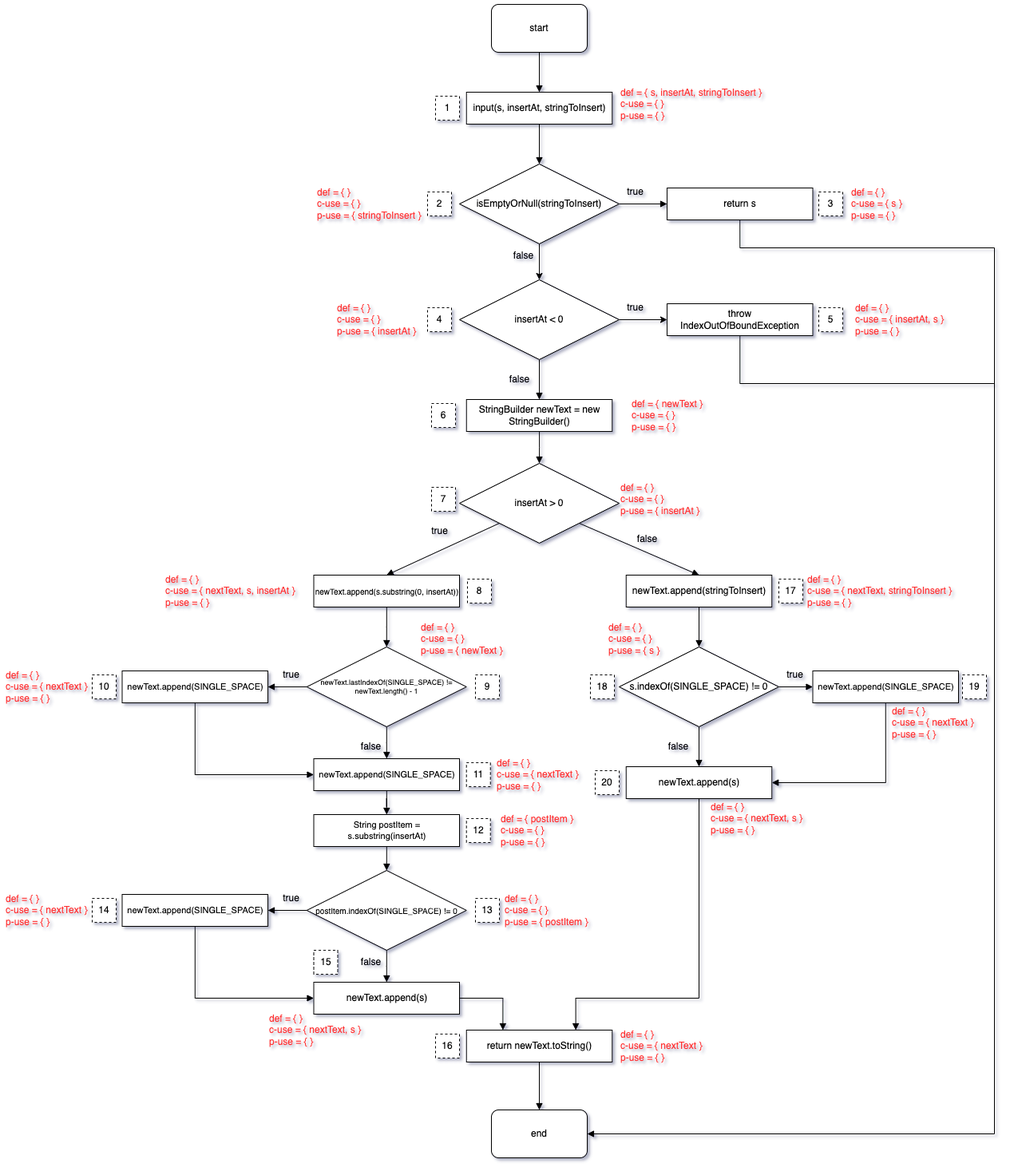
Earlier version of the draw.io export .github/08/f2/insertpadded_flow.png (lucasluizss/jdotxt). Source tidied: cells renumbered, new cells last; positions are measured from the earlier drawing's top-left corner, leaving out a move shared by most shapes.
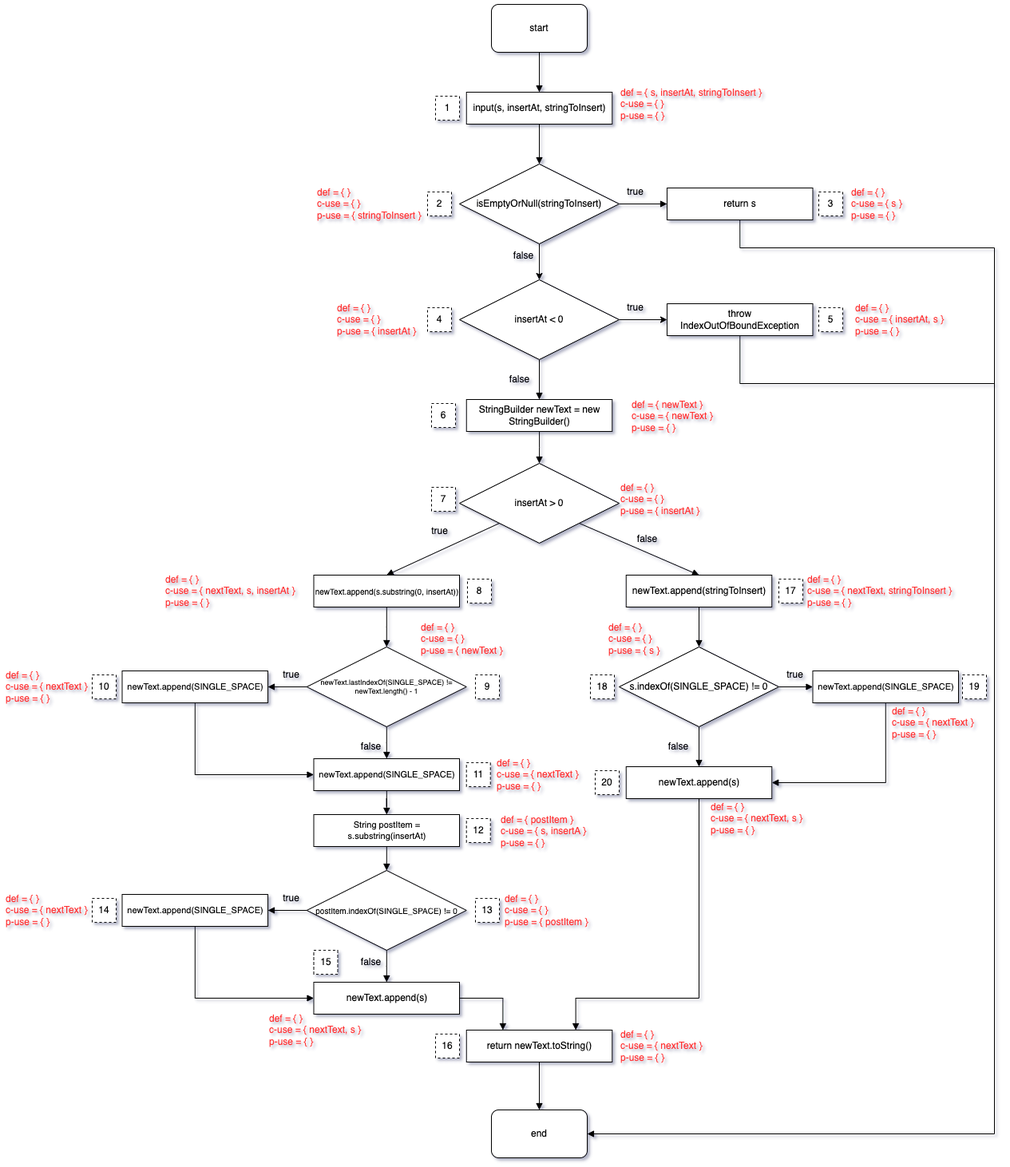
Above is the later version.

Commit message:
fixing flow graph

The edit, as a diff of the source:
```diff
@@ -283,8 +283,8 @@
     <mxCell id="86" value="def = { }&lt;br&gt;c-use = { }&lt;br&gt;p-use = { insertAt }" style="text;html=1;align=left;verticalAlign=middle;strokeColor=none;fillColor=none;fontSize=12;fontColor=#FF3333;" parent="1" vertex="1">
       <mxGeometry x="770" y="590" width="120" height="60" as="geometry" />
     </mxCell>
-    <mxCell id="87" value="def = { newText }&lt;br&gt;c-use = { }&lt;br&gt;p-use = { }" style="text;html=1;align=left;verticalAlign=middle;strokeColor=none;fillColor=none;fontSize=12;fontColor=#FF3333;" parent="1" vertex="1">
-      <mxGeometry x="784" y="485" width="110" height="60" as="geometry" />
+    <mxCell id="87" value="def = { newText }&lt;br&gt;c-use = { newText }&lt;br&gt;p-use = { }" style="text;html=1;align=left;verticalAlign=middle;strokeColor=none;fillColor=none;fontSize=12;fontColor=#FF3333;" parent="1" vertex="1">
+      <mxGeometry x="784" y="488" width="120" height="55" as="geometry" />
     </mxCell>
     <mxCell id="88" value="def = { }&lt;br&gt;c-use = { s }&lt;br&gt;p-use = { }" style="text;html=1;align=left;verticalAlign=middle;strokeColor=none;fillColor=none;fontSize=12;fontColor=#FF3333;" parent="1" vertex="1">
       <mxGeometry x="1058.8" y="220" width="90" height="60" as="geometry" />
@@ -310,8 +310,8 @@
     <mxCell id="95" value="def = { }&lt;br&gt;c-use = { }&lt;br&gt;p-use = { postItem&amp;nbsp;}" style="text;html=1;align=left;verticalAlign=middle;strokeColor=none;fillColor=none;fontSize=12;fontColor=#FF3333;" parent="1" vertex="1">
       <mxGeometry x="625" y="1105" width="130" height="60" as="geometry" />
     </mxCell>
-    <mxCell id="96" value="def = { postItem&amp;nbsp;}&lt;br&gt;c-use = { }&lt;br&gt;p-use = { }" style="text;html=1;align=left;verticalAlign=middle;strokeColor=none;fillColor=none;fontSize=12;fontColor=#FF3333;" parent="1" vertex="1">
-      <mxGeometry x="620" y="1005" width="110" height="60" as="geometry" />
+    <mxCell id="96" value="def = { postItem&amp;nbsp;}&lt;br&gt;c-use = { s, insertA }&lt;br&gt;p-use = { }" style="text;html=1;align=left;verticalAlign=middle;strokeColor=none;fillColor=none;fontSize=12;fontColor=#FF3333;" parent="1" vertex="1">
+      <mxGeometry x="620" y="1008" width="125" height="55" as="geometry" />
     </mxCell>
     <mxCell id="97" value="def = { }&lt;br&gt;c-use = { nextText }&lt;br&gt;p-use = { }" style="text;html=1;align=left;verticalAlign=middle;strokeColor=none;fillColor=none;fontSize=12;fontColor=#FF3333;" parent="1" vertex="1">
       <mxGeometry x="615" y="935" width="130" height="60" as="geometry" />
```
